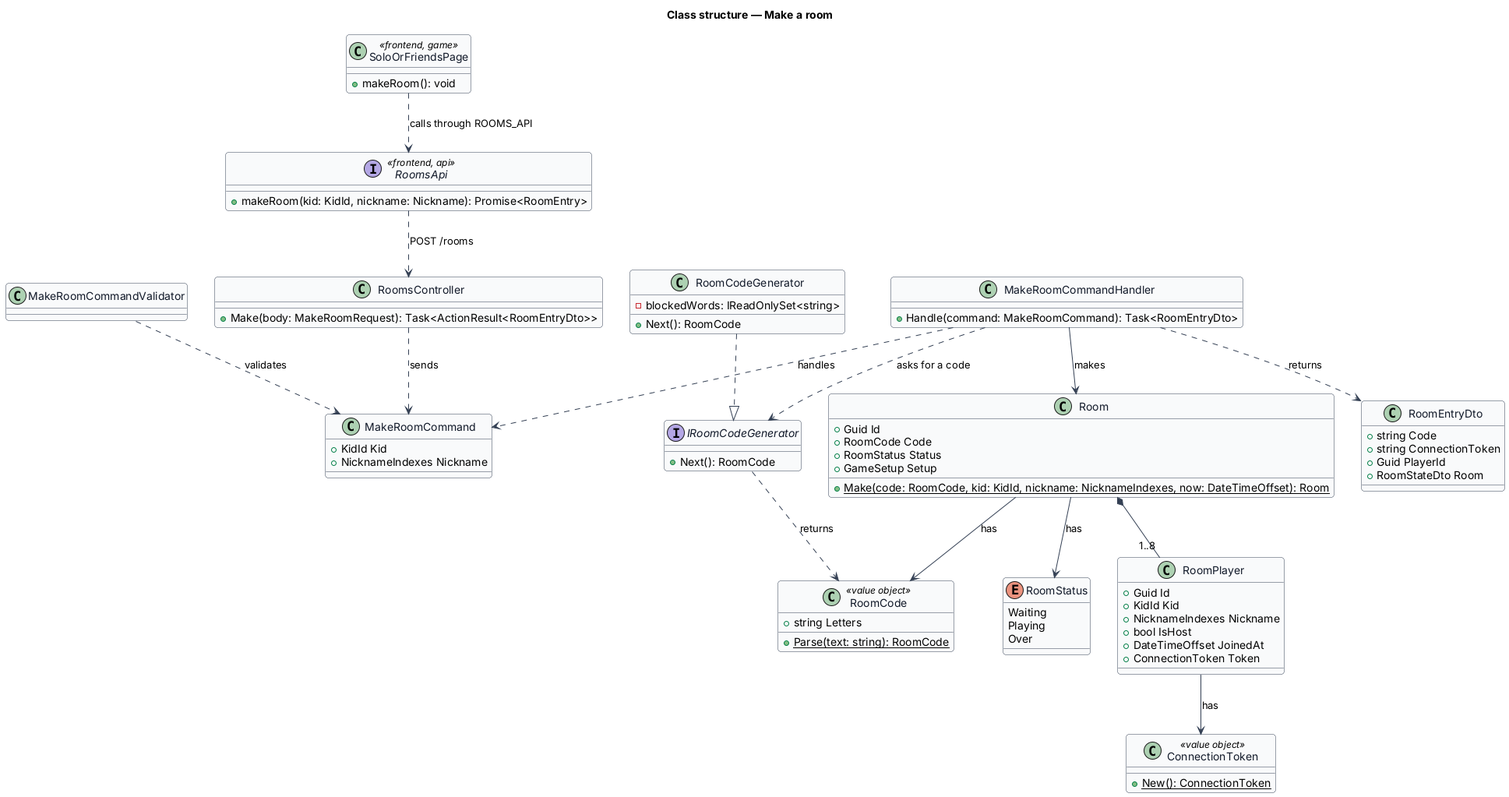
This is docs/detailed-designs/rooms/make-room/diagrams/class-structure.png from QuinntyneBrown/around-the-world, a PlantUML export, as it was before one commit. Its source is kept beside it as docs/detailed-designs/rooms/make-room/diagrams/class-structure.puml.
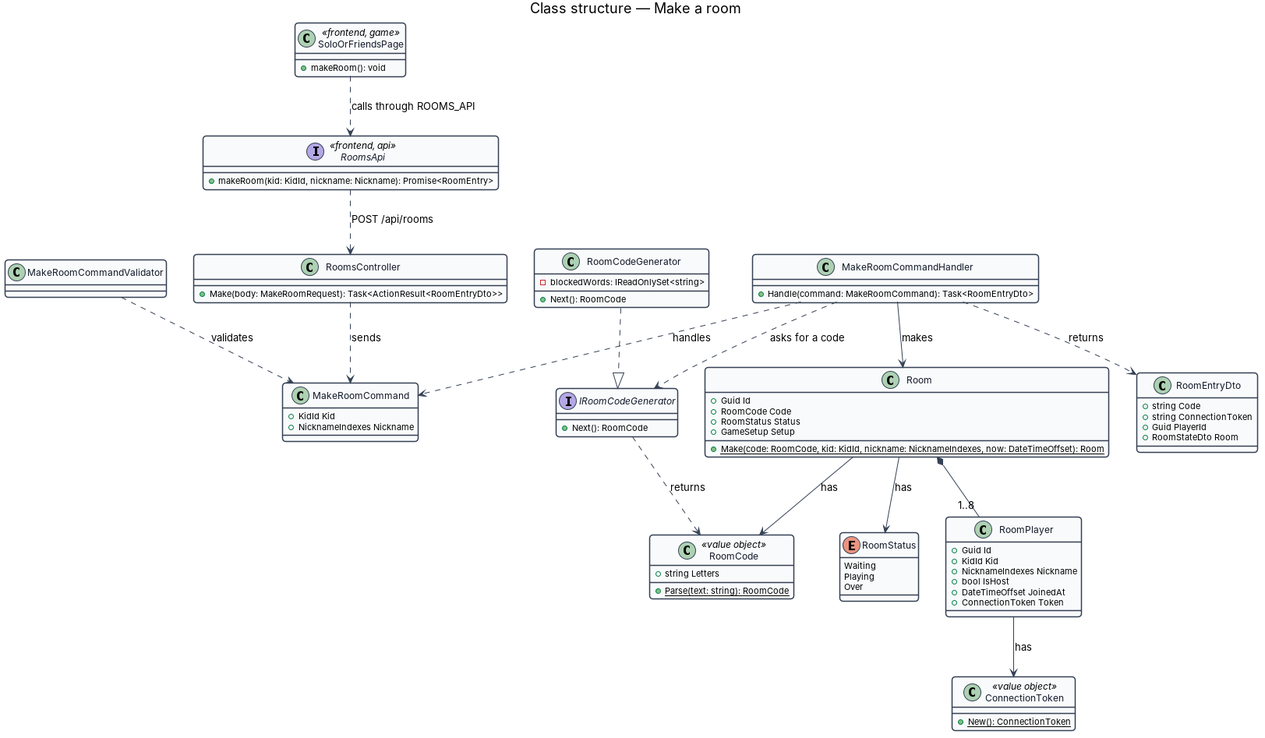
After the change.

Diff of the diagram source:
```diff
@@ -70,7 +70,7 @@
 }
 
 SoloOrFriendsPage ..> RoomsApi : calls through ROOMS_API
-RoomsApi ..> RoomsController : POST /rooms
+RoomsApi ..> RoomsController : POST /api/rooms
 RoomsController ..> MakeRoomCommand : sends
 MakeRoomCommandValidator ..> MakeRoomCommand : validates
 MakeRoomCommandHandler ..> MakeRoomCommand : handles
```
